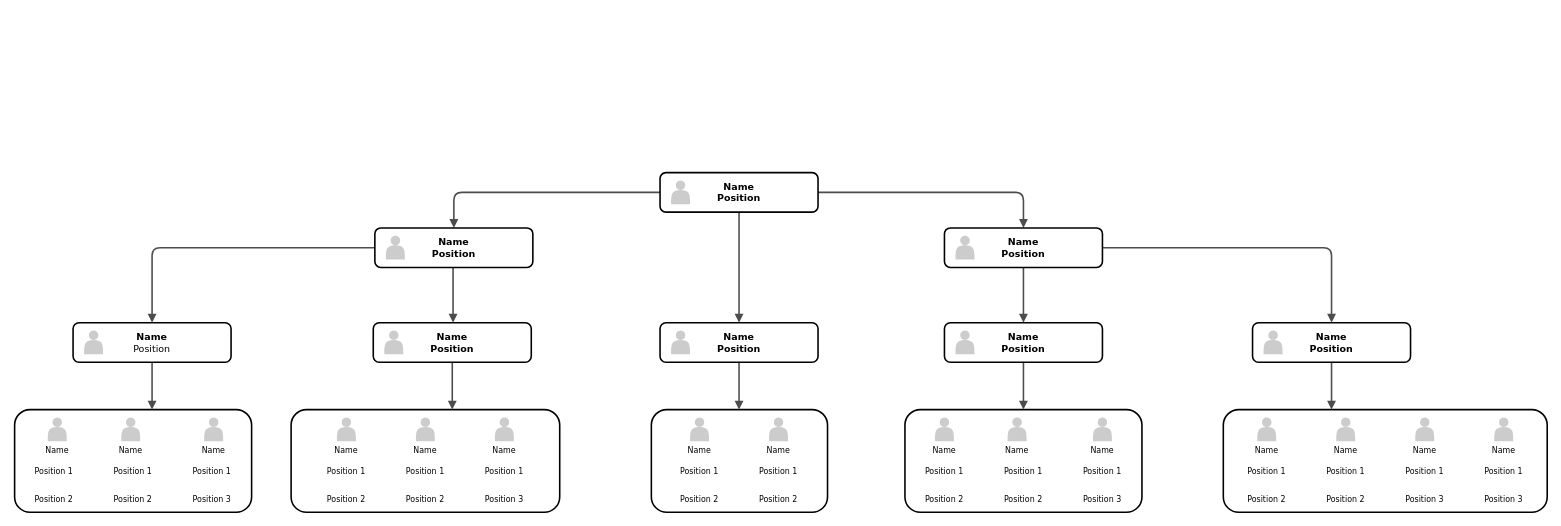
Above: Kepengurusan Gereja.drawio in Raymond-15/requirements (draw.io), before the change. Source tidied: cells renumbered, new cells numbered last; positions are measured from the earlier drawing's top-left corner, leaving out a move shared by most shapes. Both pictures are drawn from the tidied source at 79%, with x=0, y=0 at pixel (14, 172).
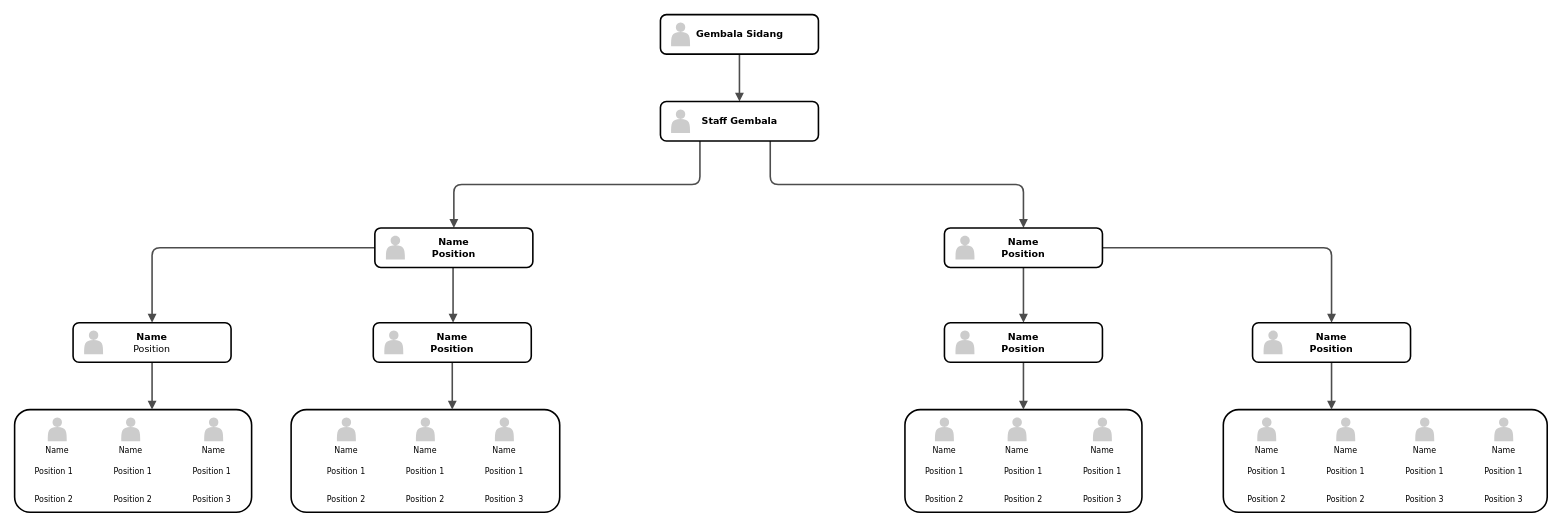
Above is the later version.

Unchanged cells that the change refers to:
```xml
<mxCell id="66" value="Name&lt;div&gt;&lt;span&gt;Position&lt;/span&gt;&lt;/div&gt;" style="whiteSpace=wrap;html=1;rounded=1;shadow=0;comic=0;strokeWidth=2;fontFamily=Verdana;align=center;fontSize=12;fontStyle=1;" parent="1" vertex="1">
  <mxGeometry x="456" y="70" width="200" height="50" as="geometry" />
</mxCell>
<mxCell id="74" value="Name&lt;div&gt;&lt;span&gt;Position&lt;/span&gt;&lt;/div&gt;" style="whiteSpace=wrap;html=1;rounded=1;shadow=0;comic=0;strokeWidth=2;fontFamily=Verdana;align=center;fontSize=12;fontStyle=1;" parent="1" vertex="1">
  <mxGeometry x="1177" y="70" width="200" height="50" as="geometry" />
</mxCell>
```

Diff of the diagram source:
```diff
@@
-    <mxCell id="9" style="whiteSpace=wrap;html=1;rounded=1;shadow=0;comic=0;strokeWidth=2;fontFamily=Verdana;align=center;fontSize=10;" parent="1" vertex="1">
-      <mxGeometry x="806" y="300" width="223" height="130" as="geometry" />
-    </mxCell>
-    <mxCell id="10" value="Name" style="shape=actor;whiteSpace=wrap;html=1;rounded=0;shadow=0;comic=0;strokeWidth=1;fillColor=#CCCCCC;fontFamily=Verdana;align=center;strokeColor=none;labelPosition=center;verticalLabelPosition=bottom;verticalAlign=top;fontSize=10;" parent="1" vertex="1">
-      <mxGeometry x="855" y="310" width="24" height="30" as="geometry" />
-    </mxCell>
-    <mxCell id="11" value="Name" style="shape=actor;whiteSpace=wrap;html=1;rounded=0;shadow=0;comic=0;strokeWidth=1;fillColor=#CCCCCC;fontFamily=Verdana;align=center;strokeColor=none;labelPosition=center;verticalLabelPosition=bottom;verticalAlign=top;fontSize=10;" parent="1" vertex="1">
-      <mxGeometry x="955" y="310" width="24" height="30" as="geometry" />
-    </mxCell>
@@
-    <mxCell id="20" style="edgeStyle=orthogonalEdgeStyle;rounded=1;html=1;labelBackgroundColor=none;endArrow=block;endFill=1;strokeColor=#4D4D4D;strokeWidth=2;fontFamily=Verdana;fontSize=12;fontStyle=1;" parent="1" edge="1" source="72" target="66">
+    <mxCell id="20" style="edgeStyle=orthogonalEdgeStyle;rounded=1;html=1;labelBackgroundColor=none;endArrow=block;endFill=1;strokeColor=#4D4D4D;strokeWidth=2;fontFamily=Verdana;fontSize=12;fontStyle=1;exitX=0.25;exitY=1;exitDx=0;exitDy=0;" parent="1" edge="1" source="70" target="66">
       <mxGeometry relative="1" as="geometry" />
     </mxCell>
-    <mxCell id="21" style="edgeStyle=orthogonalEdgeStyle;rounded=1;html=1;labelBackgroundColor=none;endArrow=block;endFill=1;strokeColor=#4D4D4D;strokeWidth=2;fontFamily=Verdana;fontSize=12;fontStyle=1;" parent="1" edge="1" source="72" target="74">
+    <mxCell id="21" style="edgeStyle=orthogonalEdgeStyle;rounded=1;html=1;labelBackgroundColor=none;endArrow=block;endFill=1;strokeColor=#4D4D4D;strokeWidth=2;fontFamily=Verdana;fontSize=12;fontStyle=1;exitX=0.695;exitY=0.998;exitDx=0;exitDy=0;exitPerimeter=0;" parent="1" edge="1" source="70" target="74">
       <mxGeometry relative="1" as="geometry" />
     </mxCell>
@@
-    <mxCell id="28" style="edgeStyle=elbowEdgeStyle;rounded=1;html=1;labelBackgroundColor=none;endArrow=block;endFill=1;strokeColor=#4D4D4D;strokeWidth=2;fontFamily=Verdana;fontSize=10;" parent="1" edge="1" source="70" target="9">
-      <mxGeometry relative="1" as="geometry" />
-    </mxCell>
@@
-    <mxCell id="43" value="Position 1" style="text;html=1;strokeColor=none;fillColor=none;align=center;verticalAlign=middle;whiteSpace=wrap;rounded=1;shadow=0;comic=0;fontFamily=Verdana;fontSize=10;" parent="1" vertex="1">
-      <mxGeometry x="822" y="365" width="90" height="25" as="geometry" />
-    </mxCell>
-    <mxCell id="44" value="Position 1" style="text;html=1;strokeColor=none;fillColor=none;align=center;verticalAlign=middle;whiteSpace=wrap;rounded=1;shadow=0;comic=0;fontFamily=Verdana;fontSize=10;" parent="1" vertex="1">
-      <mxGeometry x="922" y="365" width="90" height="25" as="geometry" />
-    </mxCell>
-    <mxCell id="45" value="Position 2" style="text;html=1;strokeColor=none;fillColor=none;align=center;verticalAlign=middle;whiteSpace=wrap;rounded=1;shadow=0;comic=0;fontFamily=Verdana;fontSize=10;" parent="1" vertex="1">
-      <mxGeometry x="822" y="400" width="90" height="25" as="geometry" />
-    </mxCell>
-    <mxCell id="46" value="Position 2" style="text;html=1;strokeColor=none;fillColor=none;align=center;verticalAlign=middle;whiteSpace=wrap;rounded=1;shadow=0;comic=0;fontFamily=Verdana;fontSize=10;" parent="1" vertex="1">
-      <mxGeometry x="922" y="400" width="90" height="25" as="geometry" />
-    </mxCell>
@@
-    <mxCell id="70" value="Name&lt;div&gt;&lt;span&gt;Position&lt;/span&gt;&lt;/div&gt;" style="whiteSpace=wrap;html=1;rounded=1;shadow=0;comic=0;strokeWidth=2;fontFamily=Verdana;align=center;fontSize=12;fontStyle=1;" parent="1" vertex="1">
-      <mxGeometry x="817" y="190" width="200" height="50" as="geometry" />
+    <mxCell id="70" value="Staff Gembala" style="whiteSpace=wrap;html=1;rounded=1;shadow=0;comic=0;strokeWidth=2;fontFamily=Verdana;align=center;fontSize=12;fontStyle=1;" parent="1" vertex="1">
+      <mxGeometry x="817.5" y="-90" width="200" height="50" as="geometry" />
     </mxCell>
     <mxCell id="71" style="shape=actor;whiteSpace=wrap;html=1;rounded=0;shadow=0;comic=0;strokeWidth=1;fillColor=#CCCCCC;fontFamily=Verdana;align=center;strokeColor=none;fontSize=12;fontStyle=1;" parent="1" vertex="1">
-      <mxGeometry x="831" y="200" width="24" height="30" as="geometry" />
+      <mxGeometry x="831" y="-80" width="24" height="30" as="geometry" />
     </mxCell>
-    <mxCell id="72" value="Name&lt;div&gt;&lt;span&gt;Position&lt;/span&gt;&lt;/div&gt;" style="whiteSpace=wrap;html=1;rounded=1;shadow=0;comic=0;strokeWidth=2;fontFamily=Verdana;align=center;fontSize=12;fontStyle=1;" parent="1" vertex="1">
-      <mxGeometry x="817" width="200" height="50" as="geometry" />
+    <mxCell id="72" value="&lt;div&gt;&lt;span&gt;Gembala Sidang&lt;/span&gt;&lt;/div&gt;" style="whiteSpace=wrap;html=1;rounded=1;shadow=0;comic=0;strokeWidth=2;fontFamily=Verdana;align=center;fontSize=12;fontStyle=1;" parent="1" vertex="1">
+      <mxGeometry x="817.5" y="-200" width="200" height="50" as="geometry" />
     </mxCell>
     <mxCell id="73" style="shape=actor;whiteSpace=wrap;html=1;rounded=0;shadow=0;comic=0;strokeWidth=1;fillColor=#CCCCCC;fontFamily=Verdana;align=center;strokeColor=none;fontSize=12;fontStyle=1;" parent="1" vertex="1">
-      <mxGeometry x="831" y="10" width="24" height="30" as="geometry" />
+      <mxGeometry x="831" y="-190" width="24" height="30" as="geometry" />
     </mxCell>
```
